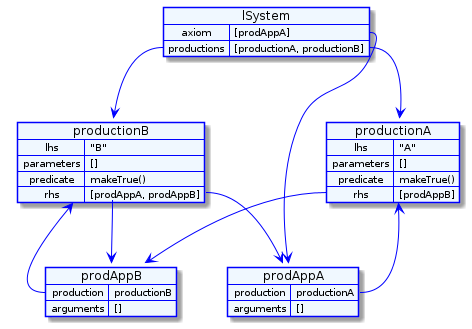
Before: out/src/objectDiagram/objectDiagram.png, a diagram exported from PlantUML (nairolf1337/Projekt).
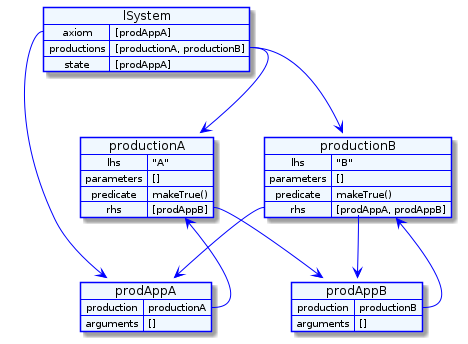
The same diagram one commit later.

Change to the diagram source:
```diff
@@ -7,6 +7,7 @@
 map lSystem {
     axiom => [prodAppA]
     productions =>  [productionA, productionB]
+    state => [prodAppA]
 }
 
 map productionA {
```
